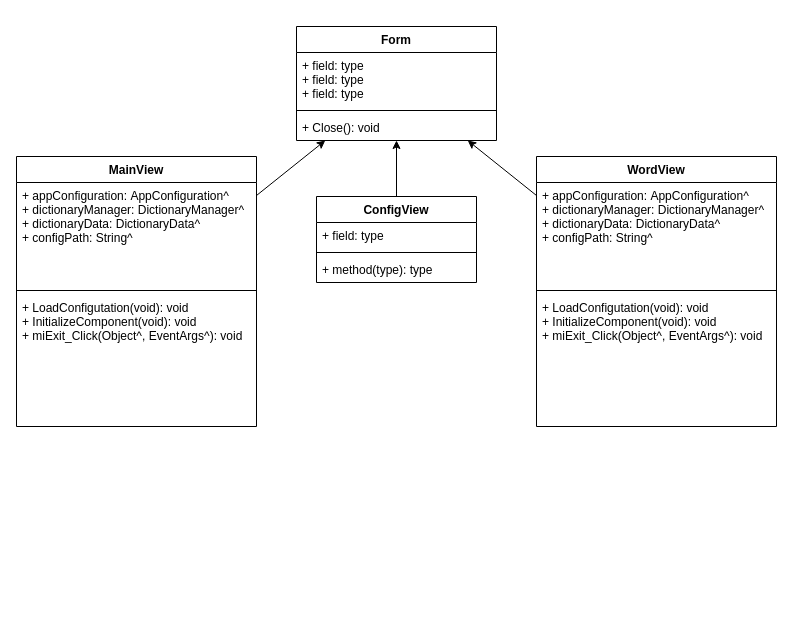
pioter997/nosord keeps this draw.io diagram as src/Nosord.App/diagram.drawio. Above is the earlier version. Source tidied: cells renumbered, new cells numbered last; positions are measured from the earlier drawing's top-left corner, leaving out a move shared by most shapes. Both pictures are drawn from the tidied source at 100%, with x=0, y=0 at pixel (16, 26).
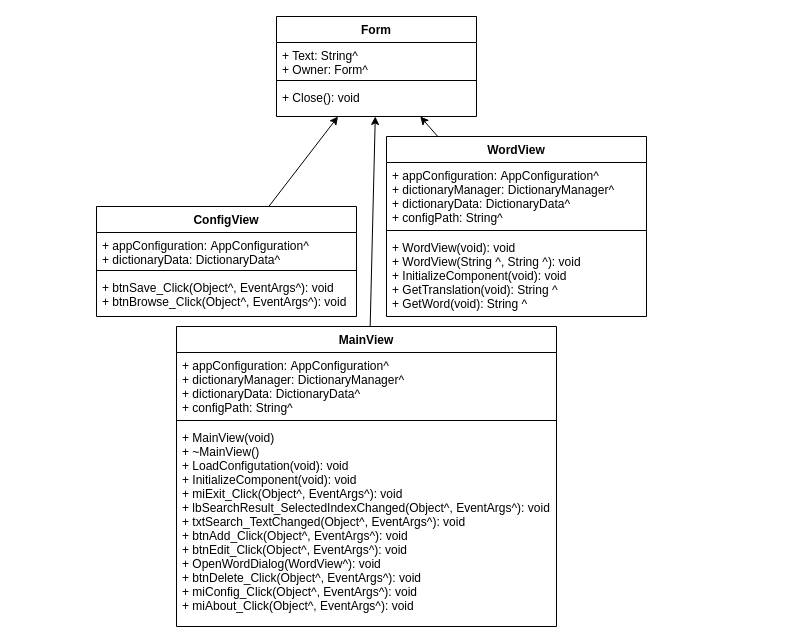
The same diagram, later.

The edit, as a diff of the source:
```diff
@@
     <mxCell id="2" value="Form" style="swimlane;fontStyle=1;align=center;verticalAlign=top;horizontal=1;startSize=26;" parent="1" vertex="1">
-      <mxGeometry x="280" width="200" height="114" as="geometry" />
+      <mxGeometry x="260" y="-10" width="200" height="100" as="geometry" />
     </mxCell>
-    <mxCell id="3" value="+ field: type&#10;+ field: type&#10;+ field: type" style="text;strokeColor=none;fillColor=none;align=left;verticalAlign=top;spacingLeft=4;spacingRight=4;overflow=hidden;" parent="2" vertex="1">
-      <mxGeometry y="26" width="200" height="54" as="geometry" />
+    <mxCell id="3" value="+ Text: String^&#10;+ Owner: Form^" style="text;strokeColor=none;fillColor=none;align=left;verticalAlign=top;spacingLeft=4;spacingRight=4;overflow=hidden;" parent="2" vertex="1">
+      <mxGeometry y="26" width="200" height="34" as="geometry" />
     </mxCell>
     <mxCell id="4" style="line;strokeWidth=1;fillColor=none;align=left;verticalAlign=middle;spacingTop=-1;spacingLeft=3;spacingRight=3;labelPosition=right;" parent="2" vertex="1">
-      <mxGeometry y="80" width="200" height="8" as="geometry" />
+      <mxGeometry y="60" width="200" height="8" as="geometry" />
     </mxCell>
     <mxCell id="5" value="+ Close(): void" style="text;strokeColor=none;fillColor=none;align=left;verticalAlign=top;spacingLeft=4;spacingRight=4;overflow=hidden;" parent="2" vertex="1">
-      <mxGeometry y="88" width="200" height="26" as="geometry" />
+      <mxGeometry y="68" width="200" height="32" as="geometry" />
     </mxCell>
@@
     <mxCell id="7" value="MainView" style="swimlane;fontStyle=1;align=center;verticalAlign=top;horizontal=1;startSize=26;" parent="1" vertex="1">
-      <mxGeometry y="130" width="240" height="270" as="geometry" />
+      <mxGeometry x="160" y="300" width="380" height="300" as="geometry" />
     </mxCell>
     <mxCell id="8" value="+ appConfiguration: AppConfiguration^&#10;+ dictionaryManager: DictionaryManager^&#10;+ dictionaryData: DictionaryData^&#10;+ configPath: String^" style="text;strokeColor=none;fillColor=none;align=left;verticalAlign=top;spacingLeft=4;spacingRight=4;overflow=hidden;" parent="7" vertex="1">
-      <mxGeometry y="26" width="240" height="104" as="geometry" />
+      <mxGeometry y="26" width="380" height="64" as="geometry" />
     </mxCell>
     <mxCell id="9" style="line;strokeWidth=1;fillColor=none;align=left;verticalAlign=middle;spacingTop=-1;spacingLeft=3;spacingRight=3;labelPosition=right;" parent="7" vertex="1">
-      <mxGeometry y="130" width="240" height="8" as="geometry" />
+      <mxGeometry y="90" width="380" height="8" as="geometry" />
     </mxCell>
-    <mxCell id="10" value="+ LoadConfigutation(void): void&#10;+ InitializeComponent(void): void&#10;+ miExit_Click(Object^, EventArgs^): void " style="text;strokeColor=none;fillColor=none;align=left;verticalAlign=top;spacingLeft=4;spacingRight=4;overflow=hidden;" parent="7" vertex="1">
-      <mxGeometry y="138" width="240" height="132" as="geometry" />
+    <mxCell id="10" value="+ MainView(void)&#10;+ ~MainView()&#10;+ LoadConfigutation(void): void&#10;+ InitializeComponent(void): void&#10;+ miExit_Click(Object^, EventArgs^): void&#10;+ lbSearchResult_SelectedIndexChanged(Object^, EventArgs^): void&#10;+ txtSearch_TextChanged(Object^, EventArgs^): void&#10;+ btnAdd_Click(Object^, EventArgs^): void&#10;+ btnEdit_Click(Object^, EventArgs^): void&#10;+ OpenWordDialog(WordView^): void&#10;+ btnDelete_Click(Object^, EventArgs^): void&#10;+ miConfig_Click(Object^, EventArgs^): void&#10;+ miAbout_Click(Object^, EventArgs^): void " style="text;strokeColor=none;fillColor=none;align=left;verticalAlign=top;spacingLeft=4;spacingRight=4;overflow=hidden;" parent="7" vertex="1">
+      <mxGeometry y="98" width="380" height="202" as="geometry" />
     </mxCell>
@@
     <mxCell id="12" value="ConfigView&#10;" style="swimlane;fontStyle=1;align=center;verticalAlign=top;horizontal=1;startSize=26;" parent="1" vertex="1">
-      <mxGeometry x="300" y="170" width="160" height="86" as="geometry" />
+      <mxGeometry x="80" y="180" width="260" height="110" as="geometry" />
     </mxCell>
-    <mxCell id="13" value="+ field: type" style="text;strokeColor=none;fillColor=none;align=left;verticalAlign=top;spacingLeft=4;spacingRight=4;overflow=hidden;" parent="12" vertex="1">
-      <mxGeometry y="26" width="160" height="26" as="geometry" />
+    <mxCell id="13" value="+ appConfiguration: AppConfiguration^&#10;+ dictionaryData: DictionaryData^" style="text;strokeColor=none;fillColor=none;align=left;verticalAlign=top;spacingLeft=4;spacingRight=4;overflow=hidden;" parent="12" vertex="1">
+      <mxGeometry y="26" width="260" height="34" as="geometry" />
     </mxCell>
     <mxCell id="14" style="line;strokeWidth=1;fillColor=none;align=left;verticalAlign=middle;spacingTop=-1;spacingLeft=3;spacingRight=3;labelPosition=right;" parent="12" vertex="1">
-      <mxGeometry y="52" width="160" height="8" as="geometry" />
+      <mxGeometry y="60" width="260" height="8" as="geometry" />
     </mxCell>
-    <mxCell id="15" value="+ method(type): type" style="text;strokeColor=none;fillColor=none;align=left;verticalAlign=top;spacingLeft=4;spacingRight=4;overflow=hidden;" parent="12" vertex="1">
-      <mxGeometry y="60" width="160" height="26" as="geometry" />
+    <mxCell id="15" value="+ btnSave_Click(Object^, EventArgs^): void&#10;+ btnBrowse_Click(Object^, EventArgs^): void" style="text;strokeColor=none;fillColor=none;align=left;verticalAlign=top;spacingLeft=4;spacingRight=4;overflow=hidden;" parent="12" vertex="1">
+      <mxGeometry y="68" width="260" height="42" as="geometry" />
     </mxCell>
@@
     <mxCell id="17" value="WordView" style="swimlane;fontStyle=1;align=center;verticalAlign=top;horizontal=1;startSize=26;" parent="1" vertex="1">
-      <mxGeometry x="520" y="130" width="240" height="270" as="geometry" />
+      <mxGeometry x="370" y="110" width="260" height="180" as="geometry" />
     </mxCell>
     <mxCell id="18" value="+ appConfiguration: AppConfiguration^&#10;+ dictionaryManager: DictionaryManager^&#10;+ dictionaryData: DictionaryData^&#10;+ configPath: String^" style="text;strokeColor=none;fillColor=none;align=left;verticalAlign=top;spacingLeft=4;spacingRight=4;overflow=hidden;" parent="17" vertex="1">
-      <mxGeometry y="26" width="240" height="104" as="geometry" />
+      <mxGeometry y="26" width="260" height="64" as="geometry" />
     </mxCell>
     <mxCell id="19" style="line;strokeWidth=1;fillColor=none;align=left;verticalAlign=middle;spacingTop=-1;spacingLeft=3;spacingRight=3;labelPosition=right;" parent="17" vertex="1">
-      <mxGeometry y="130" width="240" height="8" as="geometry" />
+      <mxGeometry y="90" width="260" height="8" as="geometry" />
     </mxCell>
-    <mxCell id="20" value="+ LoadConfigutation(void): void&#10;+ InitializeComponent(void): void&#10;+ miExit_Click(Object^, EventArgs^): void " style="text;strokeColor=none;fillColor=none;align=left;verticalAlign=top;spacingLeft=4;spacingRight=4;overflow=hidden;" parent="17" vertex="1">
-      <mxGeometry y="138" width="240" height="132" as="geometry" />
+    <mxCell id="20" value="+ WordView(void): void&#10;+ WordView(String ^, String ^): void&#10;+ InitializeComponent(void): void&#10;+ GetTranslation(void): String ^&#10;+ GetWord(void): String ^" style="text;strokeColor=none;fillColor=none;align=left;verticalAlign=top;spacingLeft=4;spacingRight=4;overflow=hidden;" parent="17" vertex="1">
+      <mxGeometry y="98" width="260" height="82" as="geometry" />
     </mxCell>
```
